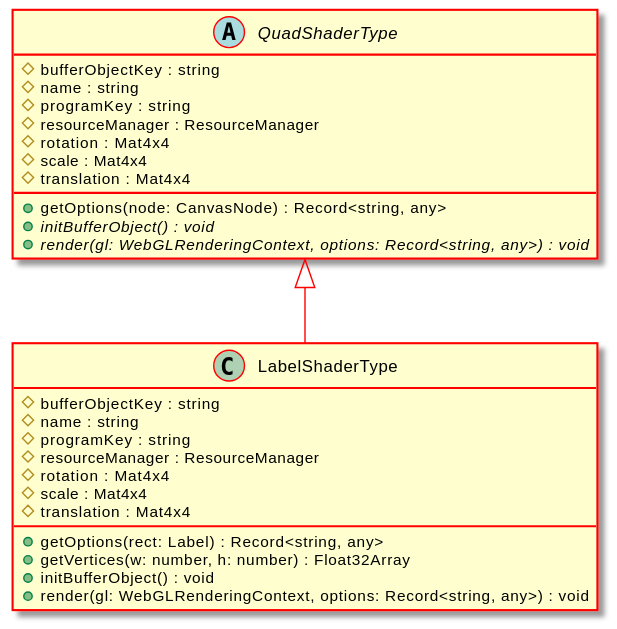
Earlier version of the PlantUML export docs/api/assets/LabelShaderType-umlClassDiagram-5765.svg (Test123938/Test2).
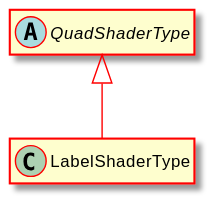
Later version of the same file.

The edit, as a diff of the source:
```diff
@@ -5,29 +5,8 @@
 hide empty methods
 hide empty fields
 class "LabelShaderType" {
-    #bufferObjectKey : string
-    #name : string
-    #programKey : string
-    #resourceManager : ResourceManager
-    #rotation : Mat4x4
-    #scale : Mat4x4
-    #translation : Mat4x4
-    +getOptions(rect: Label) : Record<string, any>
-    +getVertices(w: number, h: number) : Float32Array
-    +initBufferObject() : void
-    +render(gl: WebGLRenderingContext, options: Record<string, any>) : void
 }
 abstract class "QuadShaderType" {
-    #bufferObjectKey : string
-    #name : string
-    #programKey : string
-    #resourceManager : ResourceManager
-    #rotation : Mat4x4
-    #scale : Mat4x4
-    #translation : Mat4x4
-    +getOptions(node: CanvasNode) : Record<string, any>
-    {abstract} +initBufferObject() : void
-    {abstract} +render(gl: WebGLRenderingContext, options: Record<string, any>) : void
 }
 "QuadShaderType" <|-- "LabelShaderType"
 @enduml
```
